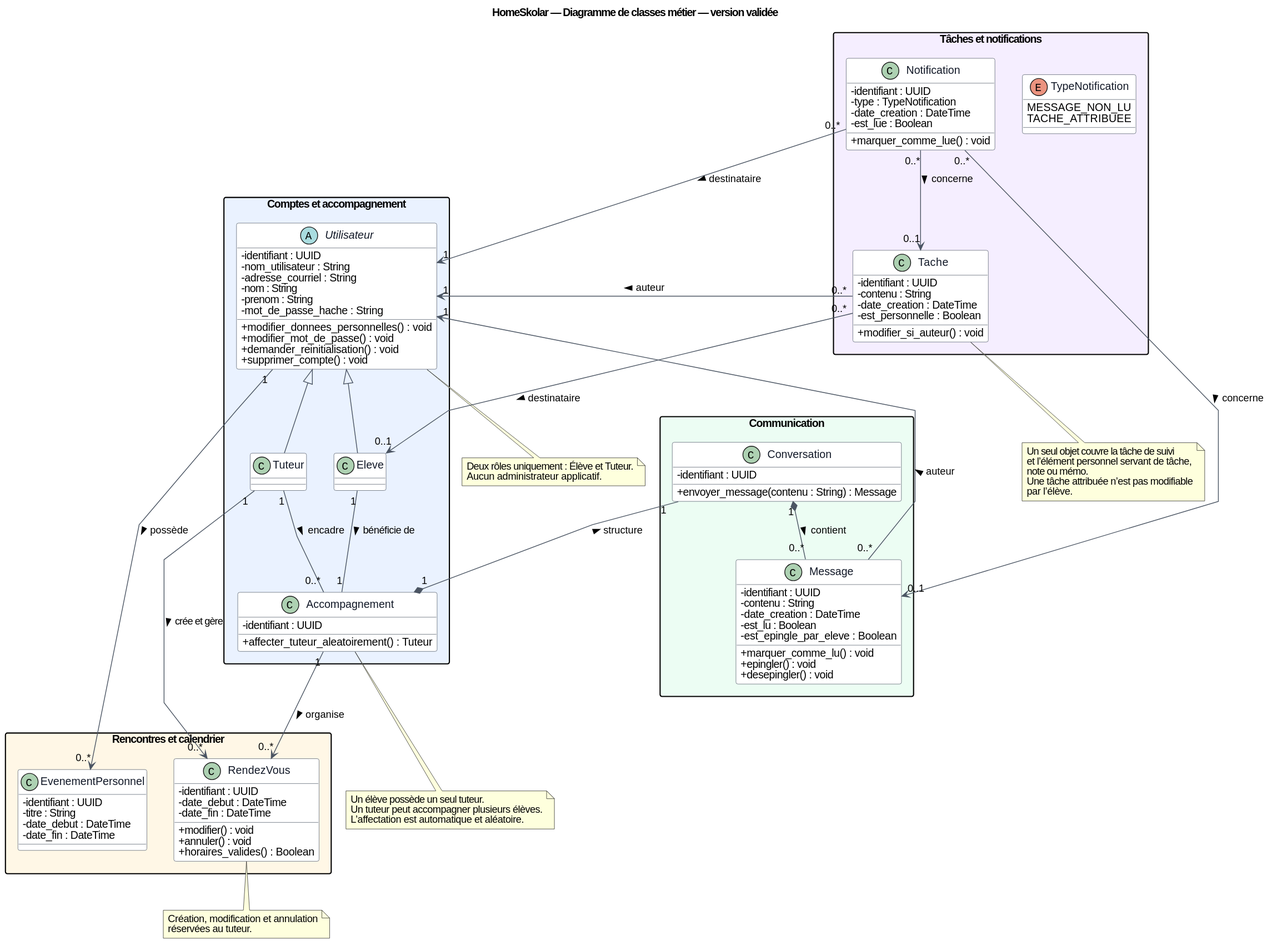
Before: docs/06-modelisation-uml/export/diagramme-classes-homeskolar-valide.svg, a diagram exported from PlantUML (fabienhummel/OC-PY03). Its source is kept beside it as docs/06-modelisation-uml/source/diagramme-classes-homeskolar-valide.puml.
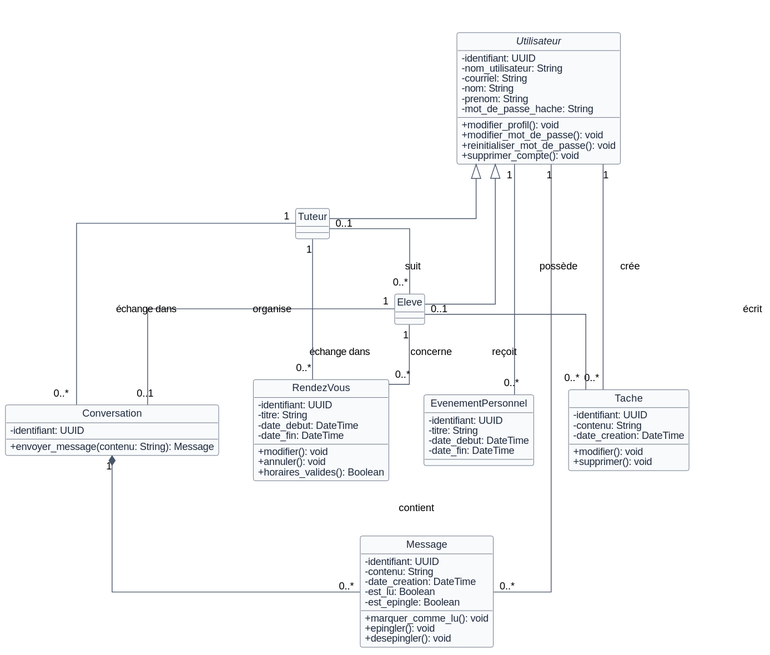
After the commit.

Commit message:
docs: simplifier et synchroniser le diagramme UML (OCPY3-98)

The edit, as a diff of the source:
```diff
@@ -1,146 +1,94 @@
 @startuml
-title HomeSkolar — Diagramme de classes métier — version validée
 top to bottom direction
 
+hide circle
 skinparam backgroundColor #FFFFFF
 skinparam shadowing false
+skinparam linetype ortho
+skinparam nodesep 45
+skinparam ranksep 55
 skinparam classAttributeIconSize 0
-skinparam packageStyle rectangle
-skinparam linetype polyline
-skinparam class {
-  BackgroundColor #FFFFFF
-  BorderColor #4B5563
-  ArrowColor #4B5563
-  FontColor #111827
+skinparam defaultFontName sans-serif
+skinparam defaultFontSize 13
+skinparam ArrowColor #475569
+skinparam classBorderColor #334155
+skinparam classFontColor #0F172A
+skinparam classAttributeFontColor #1E293B
+skinparam classBackgroundColor #F8FAFC
+
+abstract class Utilisateur {
+  - identifiant: UUID
+  - nom_utilisateur: String
+  - courriel: String
+  - nom: String
+  - prenom: String
+  - mot_de_passe_hache: String
+  + modifier_profil(): void
+  + modifier_mot_de_passe(): void
+  + reinitialiser_mot_de_passe(): void
+  + supprimer_compte(): void
 }
 
-package "Comptes et accompagnement" #EAF2FF {
-  abstract class Utilisateur {
-    - identifiant : UUID
-    - nom_utilisateur : String
-    - adresse_courriel : String
-    - nom : String
-    - prenom : String
-    - mot_de_passe_hache : String
-    + modifier_donnees_personnelles() : void
-    + modifier_mot_de_passe() : void
-    + demander_reinitialisation() : void
-    + supprimer_compte() : void
-  }
+class Eleve
+class Tuteur
 
-  class Eleve
-  class Tuteur
-
-  class Accompagnement {
-    - identifiant : UUID
-    + affecter_tuteur_aleatoirement() : Tuteur
-  }
-
-  Utilisateur <|-- Eleve
-  Utilisateur <|-- Tuteur
-  Tuteur "1" -- "0..*" Accompagnement : encadre >
-  Eleve "1" -- "1" Accompagnement : bénéficie de >
+class Conversation {
+  - identifiant: UUID
+  + envoyer_message(contenu: String): Message
 }
 
-package "Communication" #ECFDF3 {
-  class Conversation {
-    - identifiant : UUID
-    + envoyer_message(contenu : String) : Message
-  }
-
-  class Message {
-    - identifiant : UUID
-    - contenu : String
-    - date_creation : DateTime
-    - est_lu : Boolean
-    - est_epingle_par_eleve : Boolean
-    + marquer_comme_lu() : void
-    + epingler() : void
-    + desepingler() : void
-  }
-
-  Conversation "1" *-- "0..*" Message : contient >
-  Message "0..*" --> "1" Utilisateur : auteur >
+class Message {
+  - identifiant: UUID
+  - contenu: String
+  - date_creation: DateTime
+  - est_lu: Boolean
+  - est_epingle: Boolean
+  + marquer_comme_lu(): void
+  + epingler(): void
+  + desepingler(): void
 }
 
-package "Rencontres et calendrier" #FFF7E6 {
-  class RendezVous {
-    - identifiant : UUID
-    - date_debut : DateTime
-    - date_fin : DateTime
-    + modifier() : void
-    + annuler() : void
-    + horaires_valides() : Boolean
-  }
-
-  class EvenementPersonnel {
-    - identifiant : UUID
-    - titre : String
-    - date_debut : DateTime
-    - date_fin : DateTime
-  }
-
-  Tuteur "1" --> "0..*" RendezVous : crée et gère >
-  Accompagnement "1" --> "0..*" RendezVous : organise >
-  Utilisateur "1" --> "0..*" EvenementPersonnel : possède >
+class RendezVous {
+  - identifiant: UUID
+  - titre: String
+  - date_debut: DateTime
+  - date_fin: DateTime
+  + modifier(): void
+  + annuler(): void
+  + horaires_valides(): Boolean
 }
 
-package "Tâches et notifications" #F5EEFF {
-  class Tache {
-    - identifiant : UUID
-    - contenu : String
-    - date_creation : DateTime
-    - est_personnelle : Boolean
-    + modifier_si_auteur() : void
-  }
-
-  class Notification {
-    - identifiant : UUID
-    - type : TypeNotification
-    - date_creation : DateTime
-    - est_lue : Boolean
-    + marquer_comme_lue() : void
-  }
-
-  enum TypeNotification {
-    MESSAGE_NON_LU
-    TACHE_ATTRIBUEE
-  }
-
-  Tache "0..*" --> "1" Utilisateur : auteur >
-  Tache "0..*" --> "0..1" Eleve : destinataire >
-  Notification "0..*" --> "1" Utilisateur : destinataire >
-  Notification "0..*" --> "0..1" Message : concerne >
-  Notification "0..*" --> "0..1" Tache : concerne >
+class EvenementPersonnel {
+  - identifiant: UUID
+  - titre: String
+  - date_debut: DateTime
+  - date_fin: DateTime
 }
 
-Accompagnement "1" *-- "1" Conversation : structure >
+class Tache {
+  - identifiant: UUID
+  - contenu: String
+  - date_creation: DateTime
+  + modifier(): void
+  + supprimer(): void
+}
+
+Utilisateur <|-- Eleve
+Utilisateur <|-- Tuteur
+
+Tuteur "0..1" -- "0..*" Eleve : suit
+Eleve "1" -- "0..1" Conversation : échange dans
+Tuteur "1" -- "0..*" Conversation : échange dans
+Conversation "1" *-- "0..*" Message : contient
+Utilisateur "1" -- "0..*" Message : écrit
+Tuteur "1" -- "0..*" RendezVous : organise
+Eleve "1" -- "0..*" RendezVous : concerne
+Utilisateur "1" -- "0..*" EvenementPersonnel : possède
+Utilisateur "1" -- "0..*" Tache : crée
+Eleve "0..1" -- "0..*" Tache : reçoit
 
 Conversation -[hidden]right- RendezVous
-Conversation -[hidden]down- Tache
-Utilisateur -[hidden]down- Conversation
+RendezVous -[hidden]right- EvenementPersonnel
+EvenementPersonnel -[hidden]right- Tache
 
-note bottom of Accompagnement
-Un élève possède un seul tuteur.
-Un tuteur peut accompagner plusieurs élèves.
-L’affectation est automatique et aléatoire.
-end note
-
-note bottom of RendezVous
-Création, modification et annulation
-réservées au tuteur.
-end note
-
-note bottom of Tache
-Un seul objet couvre la tâche de suivi
-et l’élément personnel servant de tâche,
-note ou mémo.
-Une tâche attribuée n’est pas modifiable
-par l’élève.
-end note
-
-note bottom of Utilisateur
-Deux rôles uniquement : Élève et Tuteur.
-Aucun administrateur applicatif.
-end note
 @enduml
```
